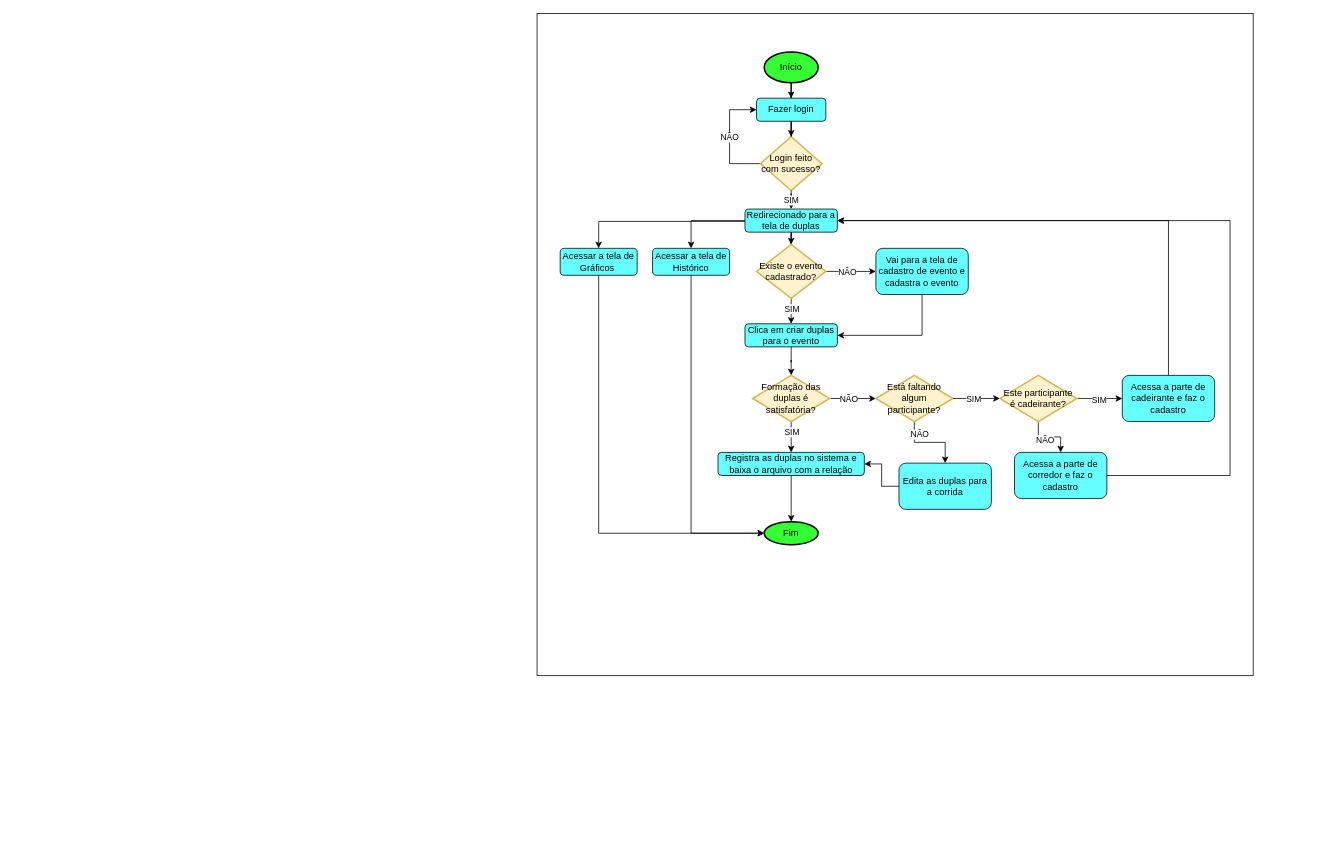
Before: RFC/DIAGRAMA_FLUXO_PRINCIPAL/diagrama-fluxo-principal.drawio in LuizFelipeSchroderMarcon/Pernas_Solidarias, a draw.io diagram. Source tidied: cells renumbered, new cells numbered last; positions are measured from the earlier drawing's top-left corner, leaving out a move shared by most shapes. Both pictures are drawn from the tidied source at 77%, with x=0, y=0 at pixel (537, 13).
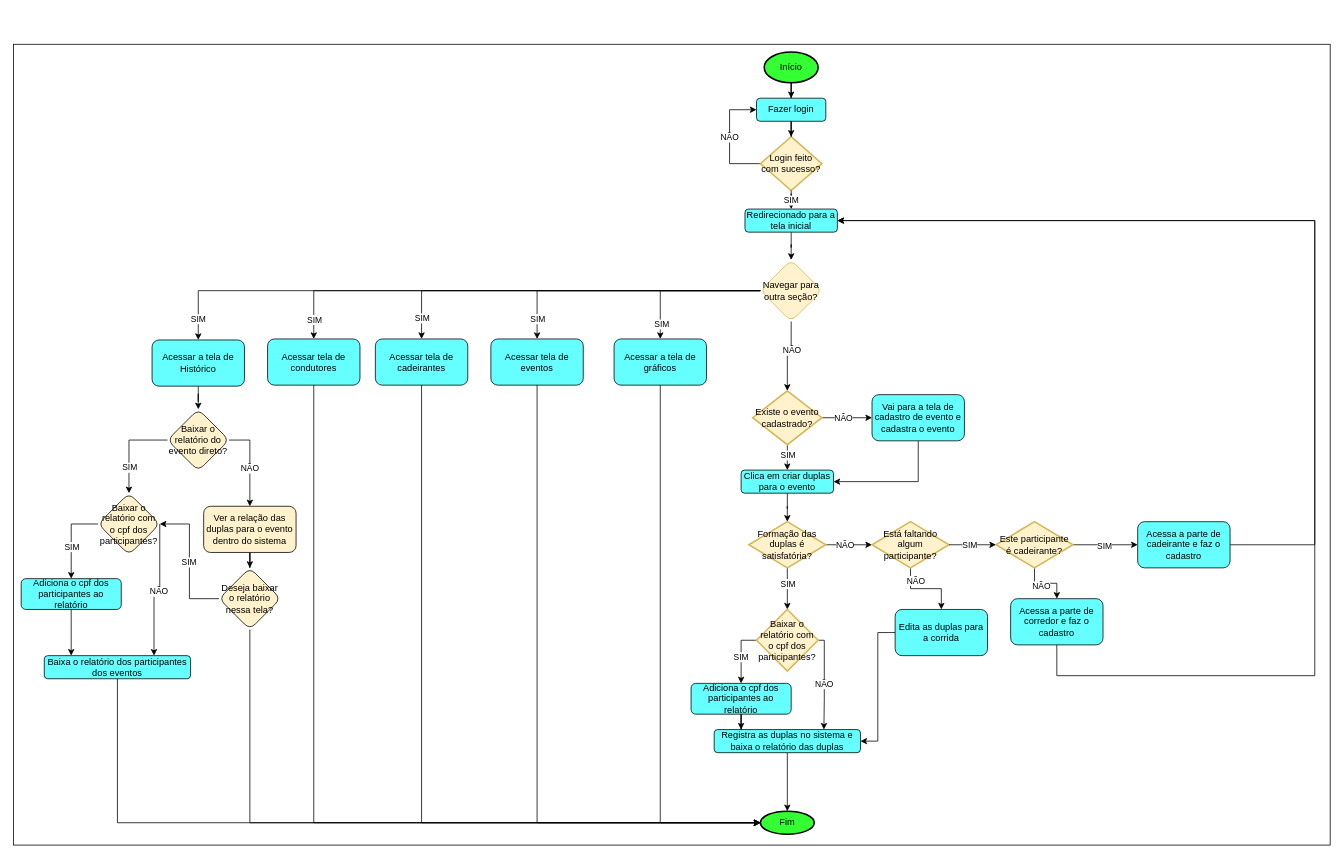
The same diagram, later.

Commit message (it also covers changes not shown here):
Atualizando arquivos

The edit, as a diff of the source:
```diff
@@
-    <mxCell id="2" style="rounded=0;whiteSpace=wrap;html=1;direction=south;" parent="1" vertex="1">
-      <mxGeometry width="930" height="860" as="geometry" />
-    </mxCell>
+    <mxCell id="53" style="rounded=0;whiteSpace=wrap;html=1;" parent="1" vertex="1">
+      <mxGeometry x="-680" y="40" width="1710" height="1040" as="geometry" />
+    </mxCell>
@@
-    <mxCell id="12" style="edgeStyle=orthogonalEdgeStyle;rounded=0;jettySize=auto;html=1;" parent="1" edge="1" source="15" target="20">
-      <mxGeometry relative="1" as="geometry" />
-    </mxCell>
-    <mxCell id="13" style="edgeStyle=orthogonalEdgeStyle;rounded=0;jettySize=auto;html=1;entryX=0.5;entryY=0;entryDx=0;entryDy=0;" parent="1" edge="1" source="15" target="49">
-      <mxGeometry relative="1" as="geometry">
-        <Array as="points">
-          <mxPoint x="80" y="270" />
-        </Array>
-      </mxGeometry>
-    </mxCell>
-    <mxCell id="14" style="edgeStyle=orthogonalEdgeStyle;rounded=0;jettySize=auto;html=1;entryX=0.5;entryY=0;entryDx=0;entryDy=0;" parent="1" edge="1" source="15" target="51">
-      <mxGeometry relative="1" as="geometry" />
-    </mxCell>
+    <mxCell id="54" style="edgeStyle=orthogonalEdgeStyle;rounded=0;jettySize=auto;html=1;fillColor=#fff2cc;strokeColor=#000000;" parent="1" edge="1" source="15" target="67">
+      <mxGeometry relative="1" as="geometry" />
+    </mxCell>
-    <mxCell id="15" value="Redirecionado para a tela de duplas" style="rounded=1;whiteSpace=wrap;html=1;fillColor=#66FFFF;" parent="1" vertex="1">
+    <mxCell id="15" value="Redirecionado para a tela inicial" style="rounded=1;whiteSpace=wrap;html=1;fillColor=#66FFFF;" parent="1" vertex="1">
       <mxGeometry x="270" y="254" width="120" height="30" as="geometry" />
     </mxCell>
@@
     <mxCell id="20" value="Existe o evento cadastrado?" style="strokeWidth=2;html=1;shape=mxgraph.flowchart.decision;whiteSpace=wrap;fillColor=#fff2cc;strokeColor=#d6b656;" parent="1" vertex="1">
-      <mxGeometry x="285" y="300" width="90" height="70" as="geometry" />
+      <mxGeometry x="280" y="490" width="90" height="70" as="geometry" />
     </mxCell>
@@
     <mxCell id="22" value="Clica em criar duplas para o evento" style="rounded=1;whiteSpace=wrap;html=1;fillColor=#66FFFF;" parent="1" vertex="1">
-      <mxGeometry x="270" y="403" width="120" height="30" as="geometry" />
+      <mxGeometry x="265" y="593" width="120" height="30" as="geometry" />
     </mxCell>
-    <mxCell id="23" style="edgeStyle=orthogonalEdgeStyle;rounded=0;jettySize=auto;html=1;entryX=0.5;entryY=0;entryDx=0;entryDy=0;" parent="1" edge="1" source="27" target="30">
-      <mxGeometry relative="1" as="geometry" />
-    </mxCell>
-    <mxCell id="24" value="SIM" style="edgeLabel;html=1;align=center;verticalAlign=middle;" parent="23" vertex="1">
-      <mxGeometry x="-0.34" relative="1" as="geometry" />
-    </mxCell>
@@
+    <mxCell id="55" style="edgeStyle=orthogonalEdgeStyle;rounded=0;jettySize=auto;html=1;" parent="1" edge="1" source="27" target="83">
+      <mxGeometry relative="1" as="geometry" />
+    </mxCell>
+    <mxCell id="56" value="SIM" style="edgeLabel;html=1;align=center;verticalAlign=middle;" parent="55" vertex="1">
+      <mxGeometry x="-0.31" y="-1" relative="1" as="geometry">
+        <mxPoint x="1" y="1" as="offset" />
+      </mxGeometry>
+    </mxCell>
     <mxCell id="27" value="Formação das duplas é satisfatória?" style="strokeWidth=2;html=1;shape=mxgraph.flowchart.decision;whiteSpace=wrap;fillColor=#fff2cc;strokeColor=#d6b656;" parent="1" vertex="1">
-      <mxGeometry x="280" y="470" width="100" height="60" as="geometry" />
+      <mxGeometry x="275" y="660" width="100" height="60" as="geometry" />
     </mxCell>
@@
     <mxCell id="29" value="Fim" style="strokeWidth=2;html=1;shape=mxgraph.flowchart.start_1;whiteSpace=wrap;fillColor=#33FF33;" parent="1" vertex="1">
-      <mxGeometry x="295" y="660" width="70" height="30" as="geometry" />
+      <mxGeometry x="290" y="1036" width="70" height="30" as="geometry" />
     </mxCell>
-    <mxCell id="30" value="Registra as duplas no sistema e baixa o arquivo com a relação" style="rounded=1;whiteSpace=wrap;html=1;fillColor=#66FFFF;" parent="1" vertex="1">
-      <mxGeometry x="235" y="570" width="190" height="30" as="geometry" />
+    <mxCell id="30" value="Registra as duplas no sistema e baixa o relatório das duplas" style="rounded=1;whiteSpace=wrap;html=1;fillColor=#66FFFF;" parent="1" vertex="1">
+      <mxGeometry x="230" y="930" width="190" height="30" as="geometry" />
     </mxCell>
     <mxCell id="31" style="edgeStyle=orthogonalEdgeStyle;rounded=0;jettySize=auto;html=1;entryX=1;entryY=0.5;entryDx=0;entryDy=0;" parent="1" edge="1" source="32" target="22">
       <mxGeometry relative="1" as="geometry">
         <Array as="points">
-          <mxPoint x="500" y="418" />
+          <mxPoint x="495" y="608" />
         </Array>
       </mxGeometry>
     </mxCell>
     <mxCell id="32" value="Vai para a tela de cadastro de evento e cadastra o evento" style="rounded=1;whiteSpace=wrap;html=1;fillColor=#66FFFF;" parent="1" vertex="1">
-      <mxGeometry x="440" y="305" width="120" height="60" as="geometry" />
+      <mxGeometry x="435" y="495" width="120" height="60" as="geometry" />
     </mxCell>
@@
     <mxCell id="34" value="Edita as duplas para a corrida" style="rounded=1;whiteSpace=wrap;html=1;fillColor=#66FFFF;" parent="1" vertex="1">
-      <mxGeometry x="470" y="584" width="120" height="60" as="geometry" />
+      <mxGeometry x="465" y="774" width="120" height="60" as="geometry" />
     </mxCell>
     <mxCell id="35" style="edgeStyle=orthogonalEdgeStyle;rounded=0;jettySize=auto;html=1;entryX=1;entryY=0.5;entryDx=0;entryDy=0;" parent="1" edge="1" source="36" target="15">
       <mxGeometry relative="1" as="geometry">
         <Array as="points">
-          <mxPoint x="820" y="269" />
+          <mxPoint x="1010" y="690" />
+          <mxPoint x="1010" y="269" />
         </Array>
       </mxGeometry>
     </mxCell>
     <mxCell id="36" value="Acessa a parte de cadeirante e faz o cadastro" style="rounded=1;whiteSpace=wrap;html=1;fillColor=#66FFFF;" parent="1" vertex="1">
-      <mxGeometry x="760" y="470" width="120" height="60" as="geometry" />
+      <mxGeometry x="780" y="660" width="120" height="60" as="geometry" />
     </mxCell>
@@
     <mxCell id="39" value="Está faltando algum participante?" style="strokeWidth=2;html=1;shape=mxgraph.flowchart.decision;whiteSpace=wrap;fillColor=#fff2cc;strokeColor=#d6b656;" parent="1" vertex="1">
-      <mxGeometry x="440" y="470" width="100" height="60" as="geometry" />
+      <mxGeometry x="435" y="660" width="100" height="60" as="geometry" />
     </mxCell>
@@
     <mxCell id="44" value="Este participante é cadeirante?" style="strokeWidth=2;html=1;shape=mxgraph.flowchart.decision;whiteSpace=wrap;fillColor=#fff2cc;strokeColor=#d6b656;" parent="1" vertex="1">
-      <mxGeometry x="601" y="470" width="100" height="60" as="geometry" />
+      <mxGeometry x="596" y="660" width="100" height="60" as="geometry" />
     </mxCell>
@@
     <mxCell id="47" style="edgeStyle=orthogonalEdgeStyle;rounded=0;jettySize=auto;html=1;entryX=1;entryY=0.5;entryDx=0;entryDy=0;" parent="1" edge="1" source="48" target="15">
       <mxGeometry relative="1" as="geometry">
         <Array as="points">
-          <mxPoint x="900" y="600" />
-          <mxPoint x="900" y="269" />
+          <mxPoint x="675" y="860" />
+          <mxPoint x="1010" y="860" />
+          <mxPoint x="1010" y="269" />
         </Array>
       </mxGeometry>
     </mxCell>
     <mxCell id="48" value="Acessa a parte de corredor e faz o cadastro" style="rounded=1;whiteSpace=wrap;html=1;fillColor=#66FFFF;" parent="1" vertex="1">
-      <mxGeometry x="620" y="570" width="120" height="60" as="geometry" />
+      <mxGeometry x="615" y="760" width="120" height="60" as="geometry" />
     </mxCell>
-    <mxCell id="49" value="Acessar a tela de Gráficos&amp;nbsp;" style="rounded=1;whiteSpace=wrap;html=1;fillColor=#66FFFF;" parent="1" vertex="1">
-      <mxGeometry x="30" y="305" width="100" height="35" as="geometry" />
-    </mxCell>
-    <mxCell id="50" style="edgeStyle=orthogonalEdgeStyle;rounded=0;jettySize=auto;html=1;entryX=0;entryY=0.5;entryDx=0;entryDy=0;entryPerimeter=0;" parent="1" edge="1" source="49" target="29">
-      <mxGeometry relative="1" as="geometry">
-        <Array as="points">
-          <mxPoint x="80" y="675" />
-        </Array>
-      </mxGeometry>
-    </mxCell>
+    <mxCell id="57" style="edgeStyle=orthogonalEdgeStyle;rounded=0;jettySize=auto;html=1;fillColor=#b0e3e6;strokeColor=#000000;" parent="1" edge="1" source="67" target="68">
+      <mxGeometry relative="1" as="geometry" />
+    </mxCell>
+    <mxCell id="58" value="SIM" style="edgeLabel;html=1;align=center;verticalAlign=middle;" parent="57" vertex="1">
+      <mxGeometry x="0.8" y="1" relative="1" as="geometry" />
+    </mxCell>
+    <mxCell id="59" style="edgeStyle=orthogonalEdgeStyle;rounded=0;jettySize=auto;html=1;" parent="1" edge="1" source="67" target="51">
+      <mxGeometry relative="1" as="geometry" />
+    </mxCell>
+    <mxCell id="60" value="SIM" style="edgeLabel;html=1;align=center;verticalAlign=middle;" parent="59" vertex="1">
+      <mxGeometry x="0.93" y="-1" relative="1" as="geometry" />
+    </mxCell>
+    <mxCell id="61" style="edgeStyle=orthogonalEdgeStyle;rounded=0;jettySize=auto;html=1;" parent="1" edge="1" source="67" target="72">
+      <mxGeometry relative="1" as="geometry" />
+    </mxCell>
+    <mxCell id="62" value="SIM" style="edgeLabel;html=1;align=center;verticalAlign=middle;" parent="61" vertex="1">
+      <mxGeometry x="0.85" relative="1" as="geometry" />
+    </mxCell>
+    <mxCell id="63" style="edgeStyle=orthogonalEdgeStyle;rounded=0;jettySize=auto;html=1;" parent="1" edge="1" source="67" target="73">
+      <mxGeometry relative="1" as="geometry" />
+    </mxCell>
+    <mxCell id="64" value="SIM" style="edgeLabel;html=1;align=center;verticalAlign=middle;" parent="63" vertex="1">
+      <mxGeometry x="0.89" relative="1" as="geometry" />
+    </mxCell>
+    <mxCell id="65" style="edgeStyle=orthogonalEdgeStyle;rounded=0;jettySize=auto;html=1;" parent="1" edge="1" source="67" target="74">
+      <mxGeometry relative="1" as="geometry" />
+    </mxCell>
+    <mxCell id="66" value="SIM" style="edgeLabel;html=1;align=center;verticalAlign=middle;" parent="65" vertex="1">
+      <mxGeometry x="0.92" relative="1" as="geometry" />
+    </mxCell>
+    <mxCell id="67" value="Navegar para outra seção?" style="rhombus;whiteSpace=wrap;html=1;fillColor=#fff2cc;rounded=1;strokeColor=#d6b656;" parent="1" vertex="1">
+      <mxGeometry x="290" y="320" width="80" height="80" as="geometry" />
+    </mxCell>
+    <mxCell id="68" value="Acessar a tela de gráficos" style="whiteSpace=wrap;html=1;fillColor=#66FFFF;strokeColor=#000000;rounded=1;" parent="1" vertex="1">
+      <mxGeometry x="100" y="422.7" width="120" height="60" as="geometry" />
+    </mxCell>
+    <mxCell id="69" style="edgeStyle=orthogonalEdgeStyle;rounded=0;jettySize=auto;html=1;" parent="1" edge="1" source="51" target="90">
+      <mxGeometry relative="1" as="geometry" />
+    </mxCell>
-    <mxCell id="51" value="Acessar a tela de Histórico" style="rounded=1;whiteSpace=wrap;html=1;fillColor=#66FFFF;" parent="1" vertex="1">
-      <mxGeometry x="150" y="305" width="100" height="35" as="geometry" />
+    <mxCell id="51" value="Acessar a tela de Histórico" style="whiteSpace=wrap;html=1;fillColor=#66FFFF;strokeColor=#000000;rounded=1;" parent="1" vertex="1">
+      <mxGeometry x="-500" y="424" width="120" height="60" as="geometry" />
     </mxCell>
-    <mxCell id="52" style="edgeStyle=orthogonalEdgeStyle;rounded=0;jettySize=auto;html=1;exitX=0.5;exitY=1;exitDx=0;exitDy=0;entryX=0;entryY=0.5;entryDx=0;entryDy=0;entryPerimeter=0;" parent="1" edge="1" source="51" target="29">
-      <mxGeometry relative="1" as="geometry" />
-    </mxCell>
+    <mxCell id="70" style="edgeStyle=orthogonalEdgeStyle;rounded=0;jettySize=auto;html=1;entryX=0.5;entryY=0;entryDx=0;entryDy=0;entryPerimeter=0;" parent="1" edge="1" source="67" target="20">
+      <mxGeometry relative="1" as="geometry">
+        <Array as="points">
+          <mxPoint x="330" y="443" />
+          <mxPoint x="325" y="443" />
+        </Array>
+      </mxGeometry>
+    </mxCell>
+    <mxCell id="71" value="NÃO" style="edgeLabel;html=1;align=center;verticalAlign=middle;" parent="70" vertex="1">
+      <mxGeometry x="-0.22" relative="1" as="geometry" />
+    </mxCell>
+    <mxCell id="72" value="Acessar tela de eventos" style="whiteSpace=wrap;html=1;fillColor=#66FFFF;strokeColor=#000000;rounded=1;" parent="1" vertex="1">
+      <mxGeometry x="-60" y="422.7" width="120" height="60" as="geometry" />
+    </mxCell>
+    <mxCell id="73" value="Acessar tela de cadeirantes" style="whiteSpace=wrap;html=1;fillColor=#66FFFF;strokeColor=#000000;rounded=1;" parent="1" vertex="1">
+      <mxGeometry x="-210" y="422.7" width="120" height="60" as="geometry" />
+    </mxCell>
+    <mxCell id="74" value="Acessar tela de condutores" style="whiteSpace=wrap;html=1;fillColor=#66FFFF;strokeColor=#000000;rounded=1;" parent="1" vertex="1">
+      <mxGeometry x="-350" y="422.7" width="120" height="60" as="geometry" />
+    </mxCell>
+    <mxCell id="75" style="edgeStyle=orthogonalEdgeStyle;rounded=0;jettySize=auto;html=1;exitX=0.5;exitY=1;exitDx=0;exitDy=0;entryX=0;entryY=0.5;entryDx=0;entryDy=0;entryPerimeter=0;" parent="1" edge="1" source="68" target="29">
+      <mxGeometry relative="1" as="geometry" />
+    </mxCell>
+    <mxCell id="76" style="edgeStyle=orthogonalEdgeStyle;rounded=0;jettySize=auto;html=1;exitX=0.5;exitY=1;exitDx=0;exitDy=0;entryX=0;entryY=0.5;entryDx=0;entryDy=0;entryPerimeter=0;" parent="1" edge="1" source="72" target="29">
+      <mxGeometry relative="1" as="geometry" />
+    </mxCell>
+    <mxCell id="77" style="edgeStyle=orthogonalEdgeStyle;rounded=0;jettySize=auto;html=1;exitX=0.5;exitY=1;exitDx=0;exitDy=0;entryX=0;entryY=0.5;entryDx=0;entryDy=0;entryPerimeter=0;" parent="1" edge="1" source="73" target="29">
+      <mxGeometry relative="1" as="geometry" />
+    </mxCell>
+    <mxCell id="78" style="edgeStyle=orthogonalEdgeStyle;rounded=0;jettySize=auto;html=1;entryX=0;entryY=0.5;entryDx=0;entryDy=0;entryPerimeter=0;" parent="1" edge="1" source="74" target="29">
+      <mxGeometry relative="1" as="geometry">
+        <Array as="points">
+          <mxPoint x="-290" y="1051" />
+        </Array>
+      </mxGeometry>
+    </mxCell>
+    <mxCell id="79" style="edgeStyle=orthogonalEdgeStyle;rounded=0;jettySize=auto;html=1;entryX=0.75;entryY=0;entryDx=0;entryDy=0;" parent="1" edge="1" source="83" target="30">
+      <mxGeometry relative="1" as="geometry">
+        <Array as="points">
+          <mxPoint x="373" y="814" />
+          <mxPoint x="373" y="892" />
+          <mxPoint x="373" y="892" />
+        </Array>
+      </mxGeometry>
+    </mxCell>
+    <mxCell id="80" value="NÃO" style="edgeLabel;html=1;align=center;verticalAlign=middle;" parent="79" vertex="1">
+      <mxGeometry x="0.03" y="-1" relative="1" as="geometry" />
+    </mxCell>
+    <mxCell id="81" style="edgeStyle=orthogonalEdgeStyle;rounded=0;jettySize=auto;html=1;entryX=0.5;entryY=0;entryDx=0;entryDy=0;" parent="1" edge="1" source="83" target="84">
+      <mxGeometry relative="1" as="geometry">
+        <Array as="points">
+          <mxPoint x="265" y="814" />
+        </Array>
+      </mxGeometry>
+    </mxCell>
+    <mxCell id="82" value="SIM" style="edgeLabel;html=1;align=center;verticalAlign=middle;" parent="81" vertex="1">
+      <mxGeometry x="0.08" y="-1" relative="1" as="geometry" />
+    </mxCell>
+    <mxCell id="83" value="Baixar o relatório com o cpf dos participantes?" style="rhombus;whiteSpace=wrap;html=1;fillColor=#fff2cc;strokeColor=#d6b656;strokeWidth=2;" parent="1" vertex="1">
+      <mxGeometry x="285" y="774" width="80" height="80" as="geometry" />
+    </mxCell>
+    <mxCell id="84" value="Adiciona o cpf dos participantes ao relatório" style="whiteSpace=wrap;html=1;fillColor=#66FFFF;strokeColor=default;rounded=1;align=center;verticalAlign=middle;fontFamily=Helvetica;fontSize=12;fontColor=default;" parent="1" vertex="1">
+      <mxGeometry x="200" y="870" width="130" height="40" as="geometry" />
+    </mxCell>
+    <mxCell id="85" style="edgeStyle=orthogonalEdgeStyle;rounded=0;jettySize=auto;html=1;entryX=0.184;entryY=0;entryDx=0;entryDy=0;entryPerimeter=0;" parent="1" edge="1" source="84" target="30">
+      <mxGeometry relative="1" as="geometry" />
+    </mxCell>
+    <mxCell id="86" style="edgeStyle=orthogonalEdgeStyle;rounded=0;jettySize=auto;html=1;" parent="1" edge="1" source="90" target="92">
+      <mxGeometry relative="1" as="geometry">
+        <Array as="points">
+          <mxPoint x="-373" y="554" />
+        </Array>
+      </mxGeometry>
+    </mxCell>
+    <mxCell id="87" value="NÃO" style="edgeLabel;html=1;align=center;verticalAlign=middle;" parent="86" vertex="1">
+      <mxGeometry x="0.12" y="-1" relative="1" as="geometry" />
+    </mxCell>
+    <mxCell id="88" style="edgeStyle=orthogonalEdgeStyle;rounded=0;jettySize=auto;html=1;" parent="1" edge="1" source="90" target="97">
+      <mxGeometry relative="1" as="geometry" />
+    </mxCell>
+    <mxCell id="89" value="SIM" style="edgeLabel;html=1;align=center;verticalAlign=middle;" parent="88" vertex="1">
+      <mxGeometry x="0.2" y="-2" relative="1" as="geometry">
+        <mxPoint x="2" y="14" as="offset" />
+      </mxGeometry>
+    </mxCell>
+    <mxCell id="90" value="Baixar o relatório do evento direto?" style="rhombus;whiteSpace=wrap;html=1;fillColor=#FFF2CC;strokeColor=#000000;rounded=1;" parent="1" vertex="1">
+      <mxGeometry x="-480" y="514" width="80" height="80" as="geometry" />
+    </mxCell>
+    <mxCell id="91" style="edgeStyle=orthogonalEdgeStyle;rounded=0;jettySize=auto;html=1;" parent="1" edge="1" source="92" target="103">
+      <mxGeometry relative="1" as="geometry" />
+    </mxCell>
+    <mxCell id="92" value="Ver a relação das duplas para o evento dentro do sistema" style="whiteSpace=wrap;html=1;fillColor=#FFF2CC;strokeColor=#000000;rounded=1;" parent="1" vertex="1">
+      <mxGeometry x="-433" y="640" width="120" height="60" as="geometry" />
+    </mxCell>
+    <mxCell id="93" style="edgeStyle=orthogonalEdgeStyle;rounded=0;jettySize=auto;html=1;entryX=0.75;entryY=0;entryDx=0;entryDy=0;" parent="1" edge="1" source="97" target="98">
+      <mxGeometry relative="1" as="geometry">
+        <Array as="points">
+          <mxPoint x="-490" y="752" />
+          <mxPoint x="-498" y="752" />
+        </Array>
+      </mxGeometry>
+    </mxCell>
+    <mxCell id="94" value="NÃO" style="edgeLabel;html=1;align=center;verticalAlign=middle;" parent="93" vertex="1">
+      <mxGeometry x="-0.03" y="-2" relative="1" as="geometry" />
+    </mxCell>
+    <mxCell id="95" style="edgeStyle=orthogonalEdgeStyle;rounded=0;jettySize=auto;html=1;entryX=0.5;entryY=0;entryDx=0;entryDy=0;" parent="1" edge="1" source="97" target="99">
+      <mxGeometry relative="1" as="geometry">
+        <Array as="points">
+          <mxPoint x="-605" y="663" />
+        </Array>
+      </mxGeometry>
+    </mxCell>
+    <mxCell id="96" value="SIM" style="edgeLabel;html=1;align=center;verticalAlign=middle;" parent="95" vertex="1">
+      <mxGeometry x="0.19" y="2" relative="1" as="geometry">
+        <mxPoint x="-2" y="1" as="offset" />
+      </mxGeometry>
+    </mxCell>
+    <mxCell id="97" value="Baixar o relatório com o cpf dos participantes?" style="rhombus;whiteSpace=wrap;html=1;fillColor=#FFF2CC;strokeColor=#000000;rounded=1;" parent="1" vertex="1">
+      <mxGeometry x="-570" y="623" width="80" height="80" as="geometry" />
+    </mxCell>
+    <mxCell id="98" value="Baixa o relatório dos participantes dos eventos" style="rounded=1;whiteSpace=wrap;html=1;fillColor=#66FFFF;" parent="1" vertex="1">
+      <mxGeometry x="-640" y="834" width="190" height="30" as="geometry" />
+    </mxCell>
+    <mxCell id="99" value="Adiciona o cpf dos participantes ao relatório" style="whiteSpace=wrap;html=1;fillColor=#66FFFF;strokeColor=default;rounded=1;align=center;verticalAlign=middle;fontFamily=Helvetica;fontSize=12;fontColor=default;" parent="1" vertex="1">
+      <mxGeometry x="-670" y="734" width="130" height="40" as="geometry" />
+    </mxCell>
+    <mxCell id="100" style="edgeStyle=orthogonalEdgeStyle;rounded=0;jettySize=auto;html=1;entryX=0.184;entryY=0;entryDx=0;entryDy=0;entryPerimeter=0;" parent="1" edge="1" source="99" target="98">
+      <mxGeometry relative="1" as="geometry" />
+    </mxCell>
+    <mxCell id="101" style="edgeStyle=orthogonalEdgeStyle;rounded=0;jettySize=auto;html=1;entryX=1;entryY=0.5;entryDx=0;entryDy=0;" parent="1" edge="1" source="103" target="97">
+      <mxGeometry relative="1" as="geometry" />
+    </mxCell>
+    <mxCell id="102" value="SIM" style="edgeLabel;html=1;align=center;verticalAlign=middle;" parent="101" vertex="1">
+      <mxGeometry x="0.01" y="1" relative="1" as="geometry">
+        <mxPoint y="2" as="offset" />
+      </mxGeometry>
+    </mxCell>
+    <mxCell id="103" value="Deseja baixar o relatório nessa tela?" style="rhombus;whiteSpace=wrap;html=1;fillColor=#FFF2CC;strokeColor=#000000;rounded=1;" parent="1" vertex="1">
+      <mxGeometry x="-413" y="720" width="80" height="80" as="geometry" />
+    </mxCell>
+    <mxCell id="104" style="edgeStyle=orthogonalEdgeStyle;rounded=0;jettySize=auto;html=1;entryX=0;entryY=0.5;entryDx=0;entryDy=0;entryPerimeter=0;" parent="1" edge="1" source="103" target="29">
+      <mxGeometry relative="1" as="geometry">
+        <Array as="points">
+          <mxPoint x="-373" y="1051" />
+        </Array>
+      </mxGeometry>
+    </mxCell>
+    <mxCell id="105" style="edgeStyle=orthogonalEdgeStyle;rounded=0;jettySize=auto;html=1;entryX=0;entryY=0.5;entryDx=0;entryDy=0;entryPerimeter=0;" parent="1" edge="1" source="98" target="29">
+      <mxGeometry relative="1" as="geometry">
+        <Array as="points">
+          <mxPoint x="-545" y="1051" />
+        </Array>
+      </mxGeometry>
+    </mxCell>
```
